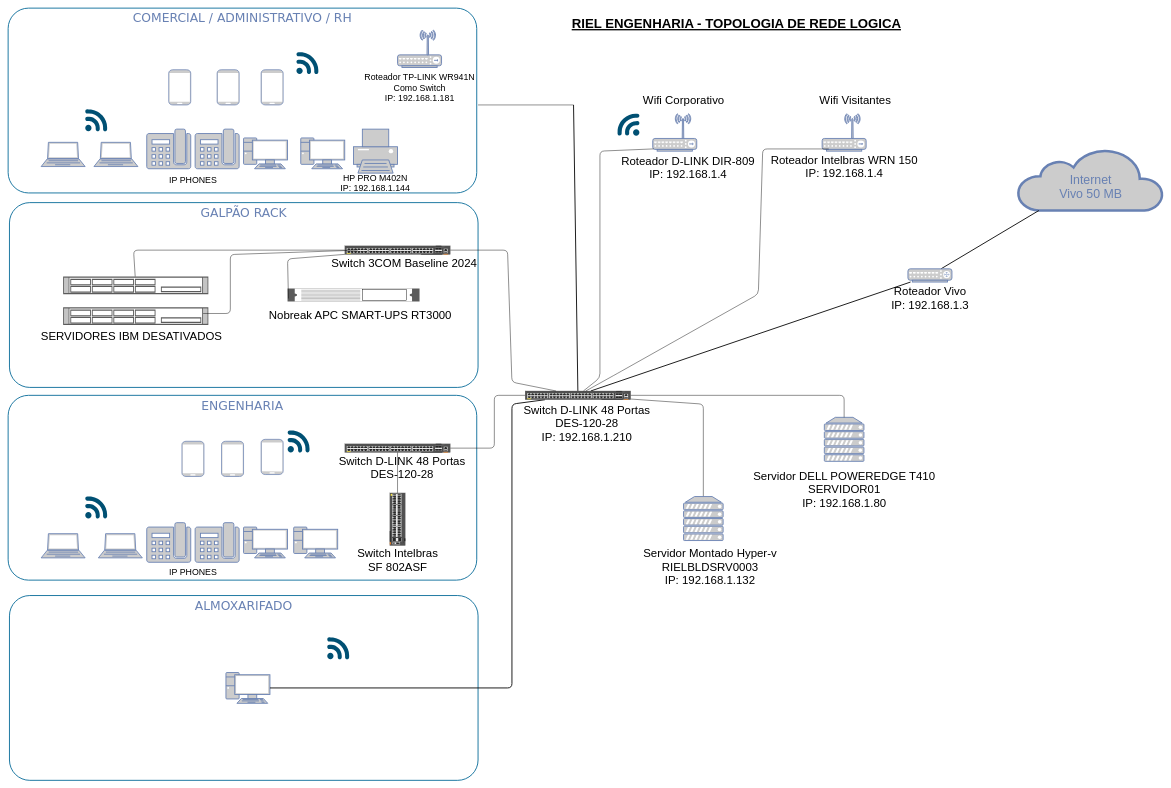
Before: Untitled Diagram.drawio in brunoalmeida33/endian_toolbox, a draw.io diagram. Source tidied: cells renumbered, new cells numbered last; positions are measured from the earlier drawing's top-left corner, leaving out a move shared by most shapes. Both pictures are drawn from the tidied source at 44%, with x=0, y=0 at pixel (8, 8).
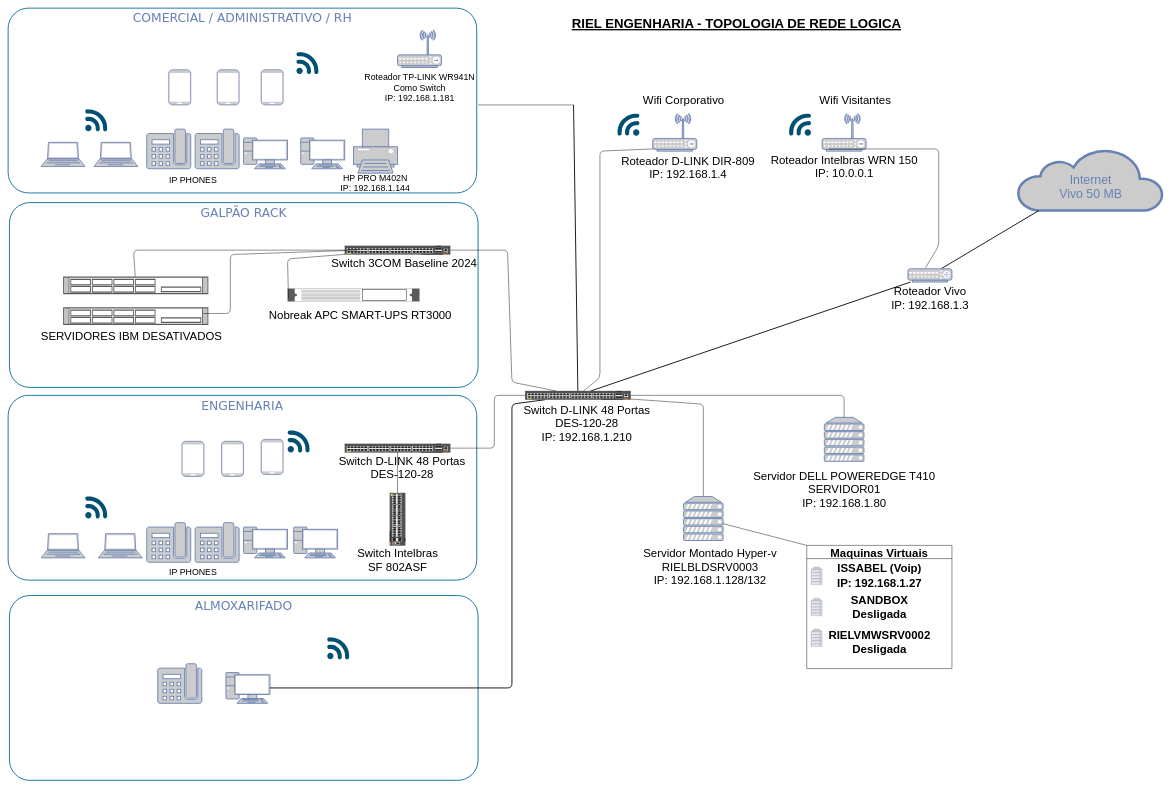
The same diagram, later.

Unchanged cells that the change refers to:
```xml
<mxCell id="24" style="html=1;verticalLabelPosition=bottom;verticalAlign=top;outlineConnect=0;shadow=0;dashed=0;shape=mxgraph.rack.hpe_aruba.switches.jl665a_aruba_6300f_48_port_1gbe_class_4_poe_and_4_port_sfp56_switch;" parent="1" vertex="1">
  <mxGeometry x="1175" y="870" width="240" height="20" as="geometry" />
</mxCell>
<mxCell id="26" style="fontColor=#0066CC;verticalAlign=top;verticalLabelPosition=bottom;labelPosition=center;align=center;html=1;outlineConnect=0;fillColor=#CCCCCC;strokeColor=#6881B3;gradientColor=none;gradientDirection=north;strokeWidth=2;shape=mxgraph.networks.server;" parent="1" vertex="1">
  <mxGeometry x="1535" y="1110" width="90" height="100" as="geometry" />
</mxCell>
```

Diff of the diagram source:
```diff
@@
-    <mxCell id="27" value="&lt;font style=&quot;font-size: 26px&quot;&gt;Servidor Montado Hyper-v &lt;br&gt;RIELBLDSRV0003&lt;br&gt;IP: 192.168.1.132&lt;br&gt;&lt;/font&gt;" style="text;html=1;align=center;verticalAlign=middle;fillColor=none;strokeColor=none;rounded=0;" parent="1" vertex="1">
+    <mxCell id="27" value="&lt;font style=&quot;font-size: 26px&quot;&gt;Servidor Montado Hyper-v &lt;br&gt;RIELBLDSRV0003&lt;br&gt;IP: 192.168.1.128/132&lt;br&gt;&lt;/font&gt;" style="text;html=1;align=center;verticalAlign=middle;fillColor=none;strokeColor=none;rounded=0;" parent="1" vertex="1">
       <mxGeometry x="1435" y="1240" width="320" height="60" as="geometry" />
     </mxCell>
@@
-    <mxCell id="76" value="&lt;font style=&quot;font-size: 26px&quot;&gt;&lt;br&gt;Roteador Intelbras WRN 150&lt;br&gt;IP: 192.168.1.4&lt;br&gt;&lt;/font&gt;" style="text;html=1;align=center;verticalAlign=middle;fillColor=none;strokeColor=none;rounded=0;" parent="1" vertex="1">
+    <mxCell id="76" value="&lt;font style=&quot;font-size: 26px&quot;&gt;&lt;br&gt;Roteador Intelbras WRN 150&lt;br&gt;IP: 10.0.0.1&lt;br&gt;&lt;/font&gt;" style="text;html=1;align=center;verticalAlign=middle;fillColor=none;strokeColor=none;rounded=0;" parent="1" vertex="1">
       <mxGeometry x="1725" y="315" width="350" height="60" as="geometry" />
     </mxCell>
@@
-    <mxCell id="78" style="endArrow=none;html=1;" parent="1" edge="1" source="24">
+    <mxCell id="78" style="endArrow=none;html=1;" parent="1" edge="1">
       <mxGeometry relative="1" as="geometry">
+        <mxPoint x="2085" y="590" as="sourcePoint" />
         <mxPoint x="1865" y="320" as="targetPoint" />
         <Array as="points">
-          <mxPoint x="1385" y="830" />
-          <mxPoint x="1705" y="650" />
-          <mxPoint x="1715" y="320" />
+          <mxPoint x="2115" y="540" />
+          <mxPoint x="2115" y="470" />
+          <mxPoint x="2115" y="320" />
         </Array>
       </mxGeometry>
     </mxCell>
+    <mxCell id="79" style="fontColor=#0066CC;verticalAlign=top;verticalLabelPosition=bottom;labelPosition=center;align=center;html=1;fillColor=#CCCCCC;strokeColor=#6881B3;gradientColor=none;gradientDirection=north;strokeWidth=2;shape=mxgraph.networks.phone_2;" parent="1" vertex="1">
+      <mxGeometry x="340" y="1490" width="100" height="90" as="geometry" />
+    </mxCell>
+    <mxCell id="80" style="verticalLabelPosition=bottom;html=1;verticalAlign=top;align=center;shape=mxgraph.cisco19.3g_4g_indicator;fillColor=#005073;strokeColor=none;rotation=-90;" parent="1" vertex="1">
+      <mxGeometry x="1775" y="240" width="50" height="50" as="geometry" />
+    </mxCell>
+    <mxCell id="81" value="Maquinas Virtuais" style="swimlane;fontSize=26;startSize=30;" parent="1" vertex="1">
+      <mxGeometry x="1815" y="1221" width="330" height="280" as="geometry" />
+    </mxCell>
+    <mxCell id="82" style="fontColor=#0066CC;verticalAlign=top;verticalLabelPosition=bottom;labelPosition=center;align=center;html=1;fillColor=#CCCCCC;strokeColor=#6881B3;gradientColor=none;gradientDirection=north;strokeWidth=2;shape=mxgraph.networks.server;" parent="81" vertex="1">
+      <mxGeometry x="10" y="49" width="25" height="40" as="geometry" />
+    </mxCell>
+    <mxCell id="83" value="&lt;b style=&quot;font-size: 26px&quot;&gt;ISSABEL (Voip)&lt;br&gt;IP: 192.168.1.27&lt;br&gt;&lt;/b&gt;" style="text;html=1;align=center;verticalAlign=middle;strokeColor=none;" parent="81" vertex="1">
+      <mxGeometry x="60" y="49" width="210" height="40" as="geometry" />
+    </mxCell>
+    <mxCell id="84" value="&lt;b style=&quot;font-size: 26px&quot;&gt;SANDBOX&lt;br&gt;Desligada&lt;br&gt;&lt;/b&gt;" style="text;html=1;align=center;verticalAlign=middle;strokeColor=none;" parent="81" vertex="1">
+      <mxGeometry x="90" y="120" width="150" height="40" as="geometry" />
+    </mxCell>
+    <mxCell id="85" value="&lt;b style=&quot;font-size: 26px&quot;&gt;RIELVMWSRV0002&lt;br&gt;Desligada&lt;br&gt;&lt;/b&gt;" style="text;html=1;align=center;verticalAlign=middle;strokeColor=none;" parent="81" vertex="1">
+      <mxGeometry x="40" y="200" width="250" height="40" as="geometry" />
+    </mxCell>
+    <mxCell id="86" style="fontColor=#0066CC;verticalAlign=top;verticalLabelPosition=bottom;labelPosition=center;align=center;html=1;fillColor=#CCCCCC;strokeColor=#6881B3;gradientColor=none;gradientDirection=north;strokeWidth=2;shape=mxgraph.networks.server;" parent="81" vertex="1">
+      <mxGeometry x="10" y="120" width="25" height="40" as="geometry" />
+    </mxCell>
+    <mxCell id="87" style="fontColor=#0066CC;verticalAlign=top;verticalLabelPosition=bottom;labelPosition=center;align=center;html=1;fillColor=#CCCCCC;strokeColor=#6881B3;gradientColor=none;gradientDirection=north;strokeWidth=2;shape=mxgraph.networks.server;" parent="81" vertex="1">
+      <mxGeometry x="10" y="190" width="25" height="40" as="geometry" />
+    </mxCell>
+    <mxCell id="88" style="endArrow=none;html=1;exitX=0;exitY=0;exitDx=0;exitDy=0;" parent="1" edge="1" source="81" target="26">
+      <mxGeometry relative="1" as="geometry" />
+    </mxCell>
```
